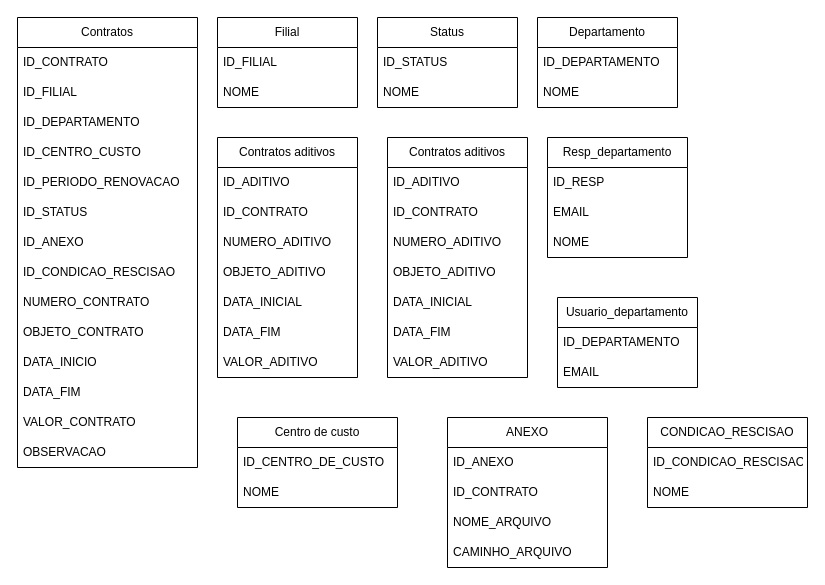
This is contracts.drawio from lcardelli/fornecedores, a draw.io file, before an edit. Source tidied: cells renumbered, new cells numbered last; positions are measured from the earlier drawing's top-left corner, leaving out a move shared by most shapes. Both pictures are drawn from the tidied source at 100%, with x=0, y=0 at pixel (17, 17).
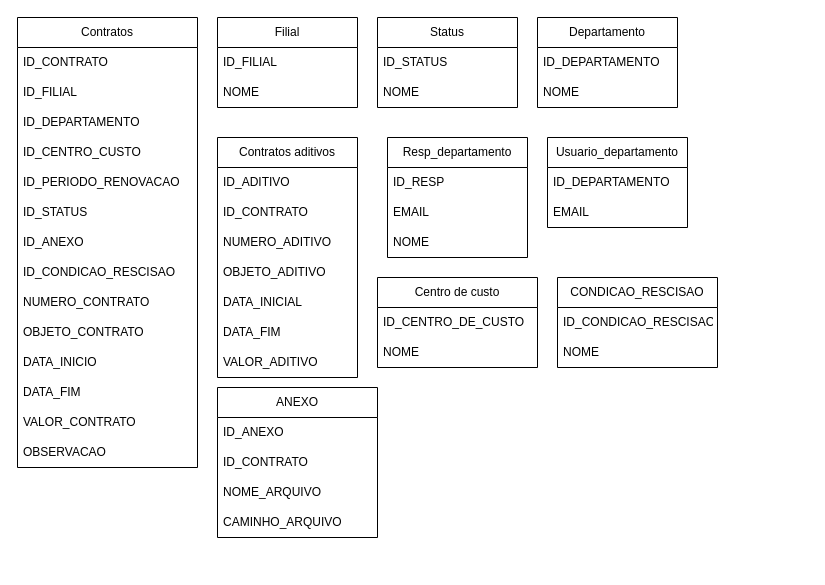
Above is the later version.

The edit, as a diff of the source:
```diff
@@
-    <mxCell id="34" value="Contratos aditivos" style="swimlane;fontStyle=0;horizontal=1;startSize=30;whiteSpace=wrap;html=1;" parent="1" vertex="1">
-      <mxGeometry x="370" y="120" width="140" height="240" as="geometry" />
-    </mxCell>
-    <mxCell id="35" value="ID_ADITIVO" style="text;strokeColor=none;fillColor=none;align=left;verticalAlign=middle;spacingLeft=4;spacingRight=4;overflow=hidden;whiteSpace=wrap;html=1;" parent="34" vertex="1">
-      <mxGeometry y="30" width="140" height="30" as="geometry" />
-    </mxCell>
-    <mxCell id="36" value="ID_CONTRATO" style="text;strokeColor=none;fillColor=none;align=left;verticalAlign=middle;spacingLeft=4;spacingRight=4;overflow=hidden;whiteSpace=wrap;html=1;" parent="34" vertex="1">
-      <mxGeometry y="60" width="140" height="30" as="geometry" />
-    </mxCell>
-    <mxCell id="37" value="NUMERO_ADITIVO" style="text;strokeColor=none;fillColor=none;align=left;verticalAlign=middle;spacingLeft=4;spacingRight=4;overflow=hidden;whiteSpace=wrap;html=1;" parent="34" vertex="1">
-      <mxGeometry y="90" width="140" height="30" as="geometry" />
-    </mxCell>
-    <mxCell id="38" value="OBJETO_ADITIVO" style="text;strokeColor=none;fillColor=none;align=left;verticalAlign=middle;spacingLeft=4;spacingRight=4;overflow=hidden;whiteSpace=wrap;html=1;" parent="34" vertex="1">
-      <mxGeometry y="120" width="140" height="30" as="geometry" />
-    </mxCell>
-    <mxCell id="39" value="DATA_INICIAL" style="text;strokeColor=none;fillColor=none;align=left;verticalAlign=middle;spacingLeft=4;spacingRight=4;overflow=hidden;whiteSpace=wrap;html=1;" parent="34" vertex="1">
-      <mxGeometry y="150" width="140" height="30" as="geometry" />
-    </mxCell>
-    <mxCell id="40" value="DATA_FIM" style="text;strokeColor=none;fillColor=none;align=left;verticalAlign=middle;spacingLeft=4;spacingRight=4;overflow=hidden;whiteSpace=wrap;html=1;" parent="34" vertex="1">
-      <mxGeometry y="180" width="140" height="30" as="geometry" />
-    </mxCell>
-    <mxCell id="41" value="VALOR_ADITIVO" style="text;strokeColor=none;fillColor=none;align=left;verticalAlign=middle;spacingLeft=4;spacingRight=4;overflow=hidden;whiteSpace=wrap;html=1;" parent="34" vertex="1">
-      <mxGeometry y="210" width="140" height="30" as="geometry" />
-    </mxCell>
     <mxCell id="42" value="Resp_departamento" style="swimlane;fontStyle=0;horizontal=1;startSize=30;whiteSpace=wrap;html=1;" parent="1" vertex="1">
-      <mxGeometry x="530" y="120" width="140" height="120" as="geometry" />
+      <mxGeometry x="370" y="120" width="140" height="120" as="geometry" />
     </mxCell>
@@
     <mxCell id="46" value="Usuario_departamento" style="swimlane;fontStyle=0;horizontal=1;startSize=30;whiteSpace=wrap;html=1;" parent="1" vertex="1">
-      <mxGeometry x="540" y="280" width="140" height="90" as="geometry" />
+      <mxGeometry x="530" y="120" width="140" height="90" as="geometry" />
     </mxCell>
@@
     <mxCell id="49" value="Centro de custo" style="swimlane;fontStyle=0;horizontal=1;startSize=30;whiteSpace=wrap;html=1;" parent="1" vertex="1">
-      <mxGeometry x="220" y="400" width="160" height="90" as="geometry" />
+      <mxGeometry x="360" y="260" width="160" height="90" as="geometry" />
     </mxCell>
@@
     <mxCell id="52" value="ANEXO" style="swimlane;fontStyle=0;horizontal=1;startSize=30;whiteSpace=wrap;html=1;" parent="1" vertex="1">
-      <mxGeometry x="430" y="400" width="160" height="150" as="geometry" />
+      <mxGeometry x="200" y="370" width="160" height="150" as="geometry" />
     </mxCell>
@@
     <mxCell id="57" value="CONDICAO_RESCISAO" style="swimlane;fontStyle=0;horizontal=1;startSize=30;whiteSpace=wrap;html=1;" parent="1" vertex="1">
-      <mxGeometry x="630" y="400" width="160" height="90" as="geometry" />
+      <mxGeometry x="540" y="260" width="160" height="90" as="geometry" />
     </mxCell>
```
